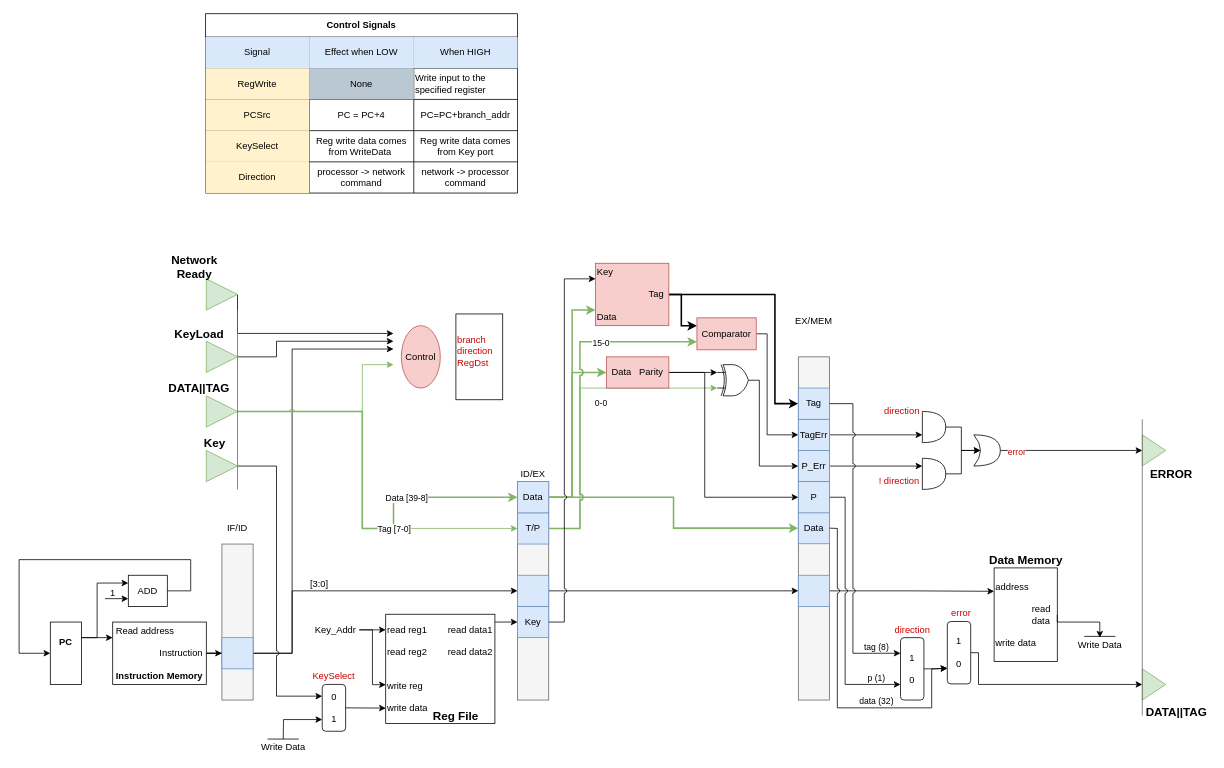
Above: overall.drawio in featherbear/UNSW-COMP3211 (draw.io), before the change. Source tidied: cells renumbered, new cells numbered last; positions are measured from the earlier drawing's top-left corner, leaving out a move shared by most shapes. Both pictures are drawn from the tidied source at 78%, with x=0, y=0 at pixel (19, 13).
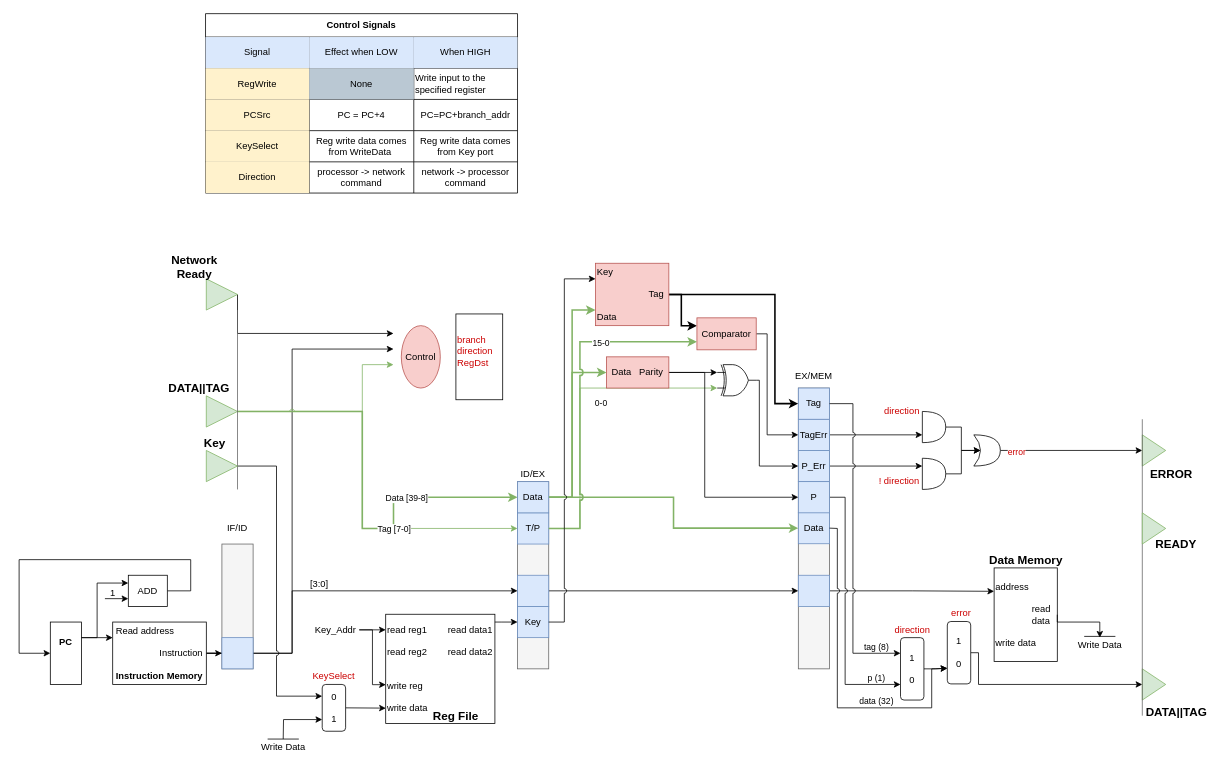
Above is the later version.

Commit message (it also covers changes not shown here):
removed branching functionality

What changed in the source:
```diff
@@
     <mxCell id="2" style="rounded=0;whiteSpace=wrap;html=1;fillColor=#f5f5f5;strokeColor=#666666;fontColor=#333333;" parent="1" vertex="1">
-      <mxGeometry x="999" y="440" width="40" height="440" as="geometry" />
+      <mxGeometry x="999" y="480" width="40" height="360" as="geometry" />
     </mxCell>
     <mxCell id="3" style="rounded=0;whiteSpace=wrap;html=1;fillColor=#f5f5f5;strokeColor=#666666;fontColor=#333333;" parent="1" vertex="1">
-      <mxGeometry x="639" y="600" width="40" height="280" as="geometry" />
+      <mxGeometry x="639" y="600" width="40" height="240" as="geometry" />
     </mxCell>
@@
     <mxCell id="6" style="rounded=0;whiteSpace=wrap;html=1;fillColor=#f5f5f5;strokeColor=#666666;fontColor=#333333;" parent="1" vertex="1">
-      <mxGeometry x="260" y="680" width="40" height="200" as="geometry" />
+      <mxGeometry x="260" y="680" width="40" height="160" as="geometry" />
     </mxCell>
@@
     <mxCell id="24" value="EX/MEM" style="text;html=1;strokeColor=none;fillColor=none;align=center;verticalAlign=middle;whiteSpace=wrap;rounded=0;" parent="1" vertex="1">
-      <mxGeometry x="999" y="385" width="40" height="20" as="geometry" />
+      <mxGeometry x="999" y="455" width="40" height="20" as="geometry" />
     </mxCell>
@@
-    <mxCell id="133" style="edgeStyle=orthogonalEdgeStyle;rounded=0;jettySize=auto;html=1;" parent="1" edge="1" source="134">
-      <mxGeometry relative="1" as="geometry">
-        <mxPoint x="480" y="420" as="targetPoint" />
-        <Array as="points">
-          <mxPoint x="330" y="440" />
-          <mxPoint x="330" y="420" />
-        </Array>
-      </mxGeometry>
-    </mxCell>
-    <mxCell id="134" style="triangle;whiteSpace=wrap;html=1;fillColor=#d5e8d4;strokeColor=#82b366;" parent="1" vertex="1">
-      <mxGeometry x="240" y="420" width="40" height="40" as="geometry" />
-    </mxCell>
-    <mxCell id="135" value="&lt;font style=&quot;font-size: 15px&quot;&gt;&lt;b&gt;KeyLoad&lt;/b&gt;&lt;/font&gt;" style="text;html=1;strokeColor=none;fillColor=none;align=center;verticalAlign=middle;whiteSpace=wrap;rounded=0;" parent="1" vertex="1">
-      <mxGeometry x="180" y="400" width="102.3" height="20" as="geometry" />
-    </mxCell>
+    <mxCell id="136" style="triangle;whiteSpace=wrap;html=1;fillColor=#d5e8d4;strokeColor=#82b366;" parent="1" vertex="1">
+      <mxGeometry x="1440" y="640" width="30" height="40" as="geometry" />
+    </mxCell>
+    <mxCell id="137" value="&lt;font style=&quot;font-size: 15px&quot;&gt;&lt;b&gt;READY&lt;/b&gt;&lt;/font&gt;" style="text;html=1;strokeColor=none;fillColor=none;align=center;verticalAlign=middle;whiteSpace=wrap;rounded=0;" parent="1" vertex="1">
+      <mxGeometry x="1446.2" y="669.6" width="75" height="20" as="geometry" />
+    </mxCell>
```
